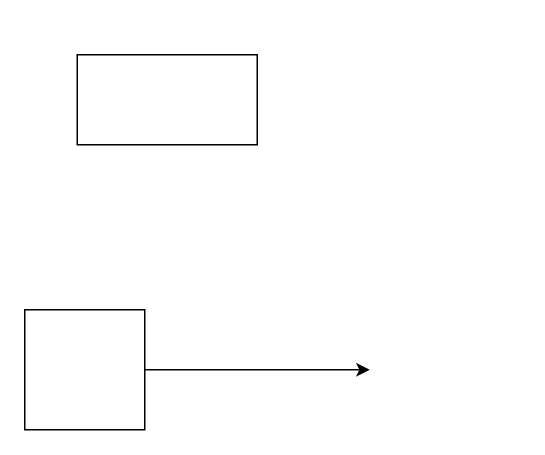
Earlier version of the draw.io diagram z.dio (Zeeshanunique/crm-agent). Source tidied: cells renumbered, new cells numbered last; positions are measured from the earlier drawing's top-left corner, leaving out a move shared by most shapes. Both pictures are drawn from the tidied source at 150%, with x=0, y=0 at pixel (24, 54).
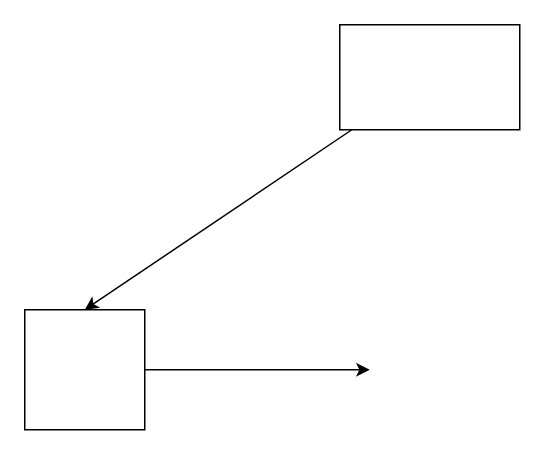
Above is the later version.

What changed in the source:
```diff
@@
 <mxGraphModel>
   <root>
     <mxCell id="0" />
     <mxCell id="1" parent="0" />
+    <mxCell id="5" style="edgeStyle=none;html=1;entryX=0.5;entryY=0;entryDx=0;entryDy=0;" parent="1" edge="1" source="2" target="4">
+      <mxGeometry relative="1" as="geometry" />
+    </mxCell>
     <mxCell id="2" style="rounded=0;whiteSpace=wrap;html=1;" parent="1" vertex="1">
-      <mxGeometry x="35" width="120" height="60" as="geometry" />
+      <mxGeometry x="210" y="-20" width="120" height="70" as="geometry" />
     </mxCell>
     <mxCell id="3" style="edgeStyle=none;html=1;" parent="1" edge="1" source="4">
       <mxGeometry relative="1" as="geometry">
         <mxPoint x="230" y="210" as="targetPoint" />
       </mxGeometry>
     </mxCell>
     <mxCell id="4" style="whiteSpace=wrap;html=1;" parent="1" vertex="1">
       <mxGeometry y="170" width="80" height="80" as="geometry" />
     </mxCell>
   </root>
 </mxGraphModel>
```
